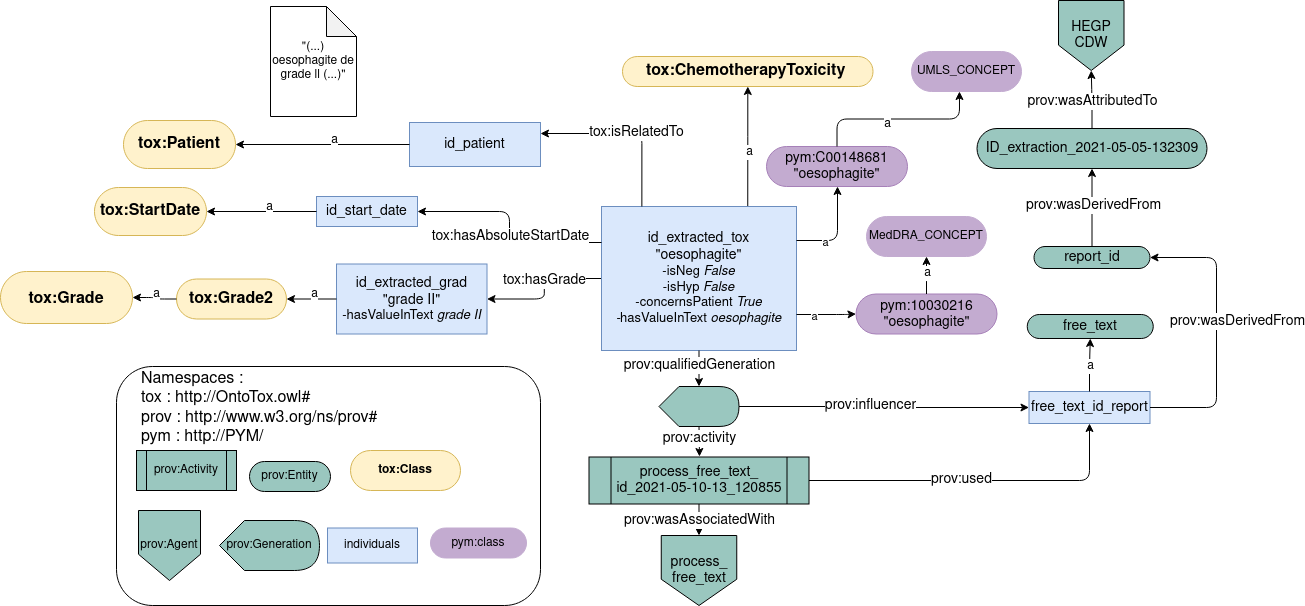
This is images/2021-05-28_OntoTox_FT.png from TeamHeka/OntoTox, a draw.io export, as it was before one commit. Source tidied: cells renumbered, new cells last; positions are measured from the earlier drawing's top-left corner, leaving out a move shared by most shapes.
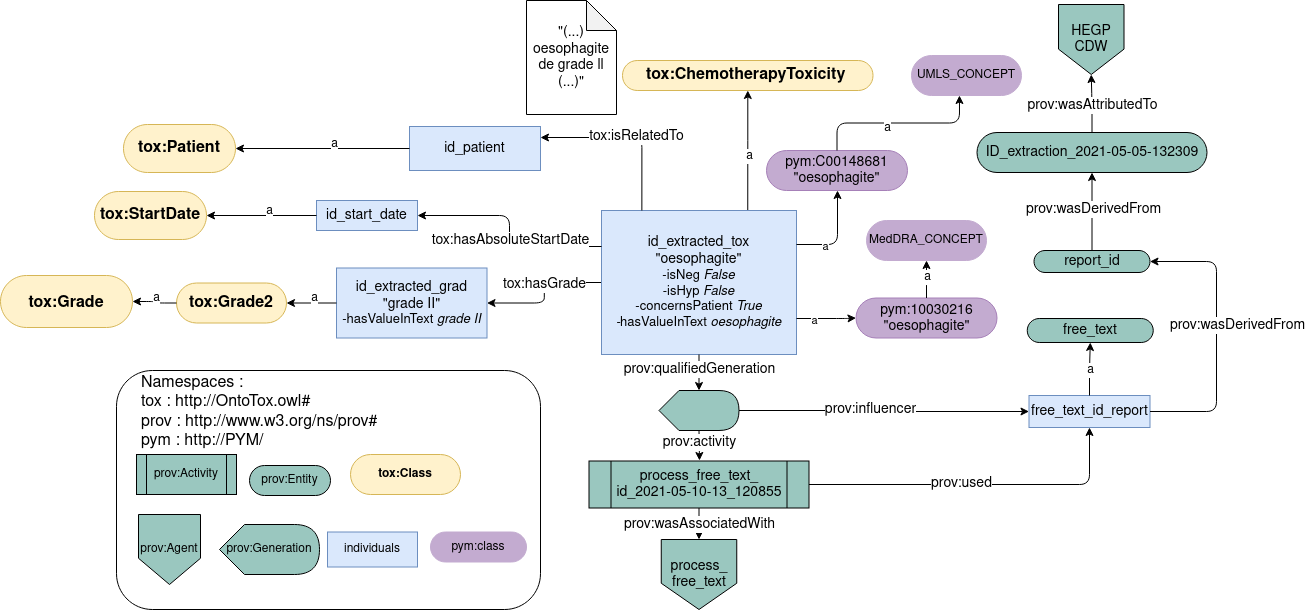
The same file after the commit.

Change to the diagram source:
```diff
@@ -276,8 +276,8 @@
     <mxCell id="74" value="a" style="edgeLabel;html=1;align=center;verticalAlign=middle;" parent="73" vertex="1">
       <mxGeometry x="-0.42" y="-1" relative="1" as="geometry" />
     </mxCell>
-    <mxCell id="75" value="&quot;(...) oesophagite de grade ll (...)&quot;" style="shape=note;whiteSpace=wrap;html=1;backgroundOutline=1;darkOpacity=0.05;" parent="1" vertex="1">
-      <mxGeometry x="270" y="6" width="86" height="110" as="geometry" />
+    <mxCell id="75" value="&lt;font style=&quot;font-size: 14px&quot;&gt;&quot;(...) oesophagite de grade ll (...)&quot;&lt;/font&gt;" style="shape=note;whiteSpace=wrap;html=1;backgroundOutline=1;darkOpacity=0.05;" parent="1" vertex="1">
+      <mxGeometry x="526" y="-4" width="90" height="114" as="geometry" />
     </mxCell>
   </root>
 </mxGraphModel>
```
